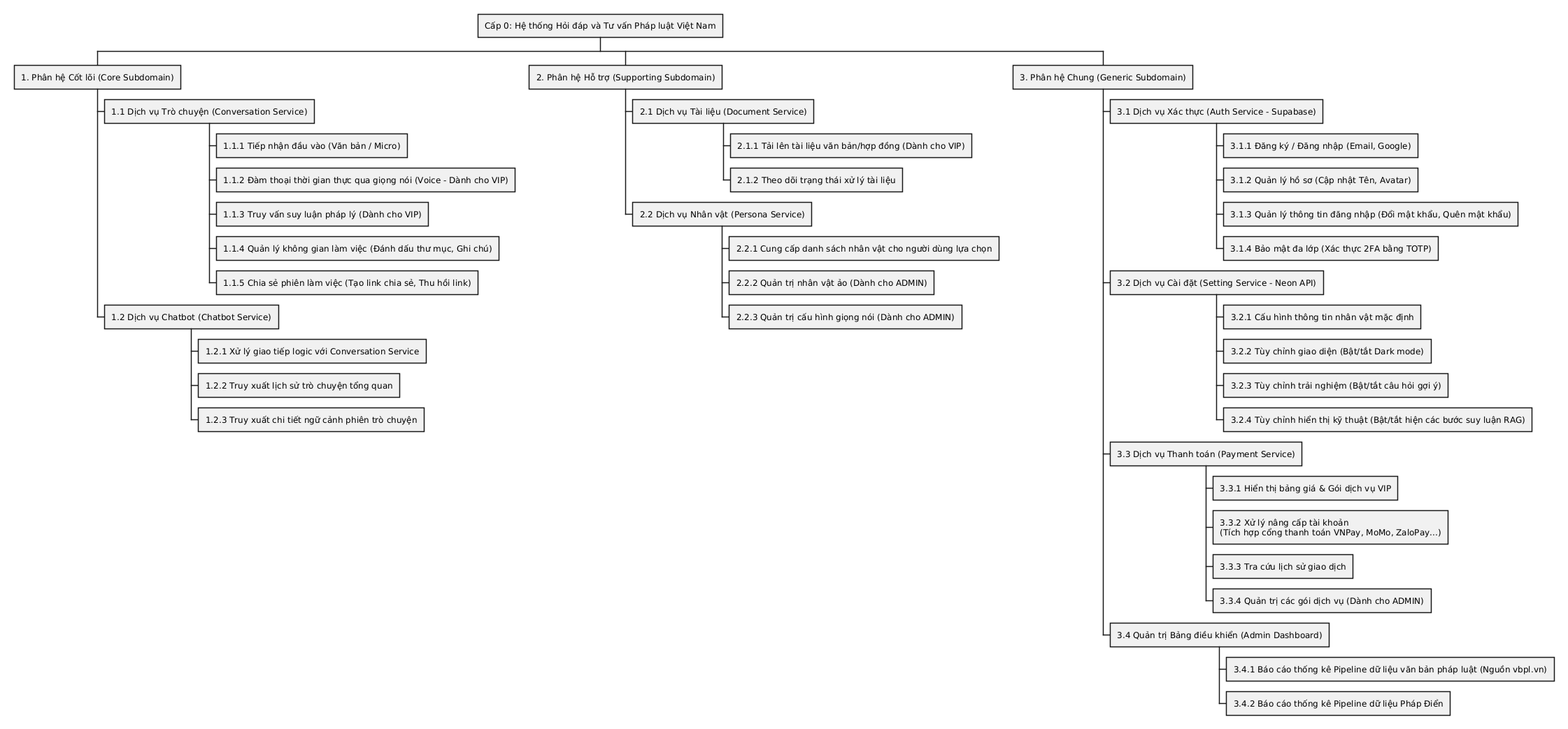
Before: docs/1. Tổng quan đề tài/1.3. Bài toán nghiệp vụ/xyz/xyz.png, a diagram exported from PlantUML (20206205Tech/docs-markdown).
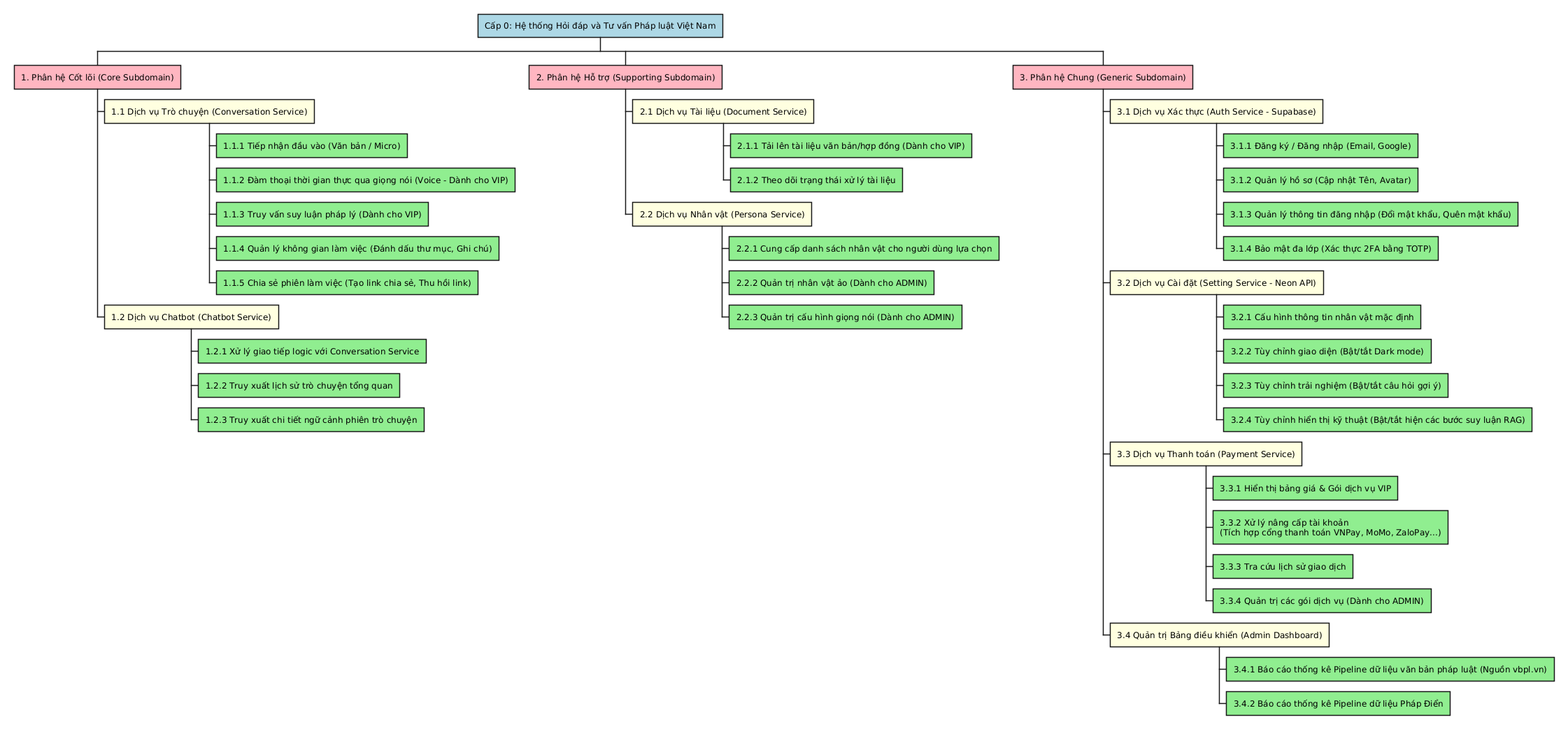
After the change.

Diff of the diagram source:
```diff
@@ -1,4 +1,20 @@
 @startwbs
+<style>
+wbsDiagram {
+  :depth(0) {
+    BackgroundColor LightBlue
+  }
+  :depth(1) {
+    BackgroundColor LightPink
+  }
+  :depth(2) {
+    BackgroundColor LightYellow
+  }
+  :depth(3) {
+    BackgroundColor LightGreen
+  }
+}
+</style>
 * Cấp 0: Hệ thống Hỏi đáp và Tư vấn Pháp luật Việt Nam
 ** 1. Phân hệ Cốt lõi (Core Subdomain)
 *** 1.1 Dịch vụ Trò chuyện (Conversation Service)
```
